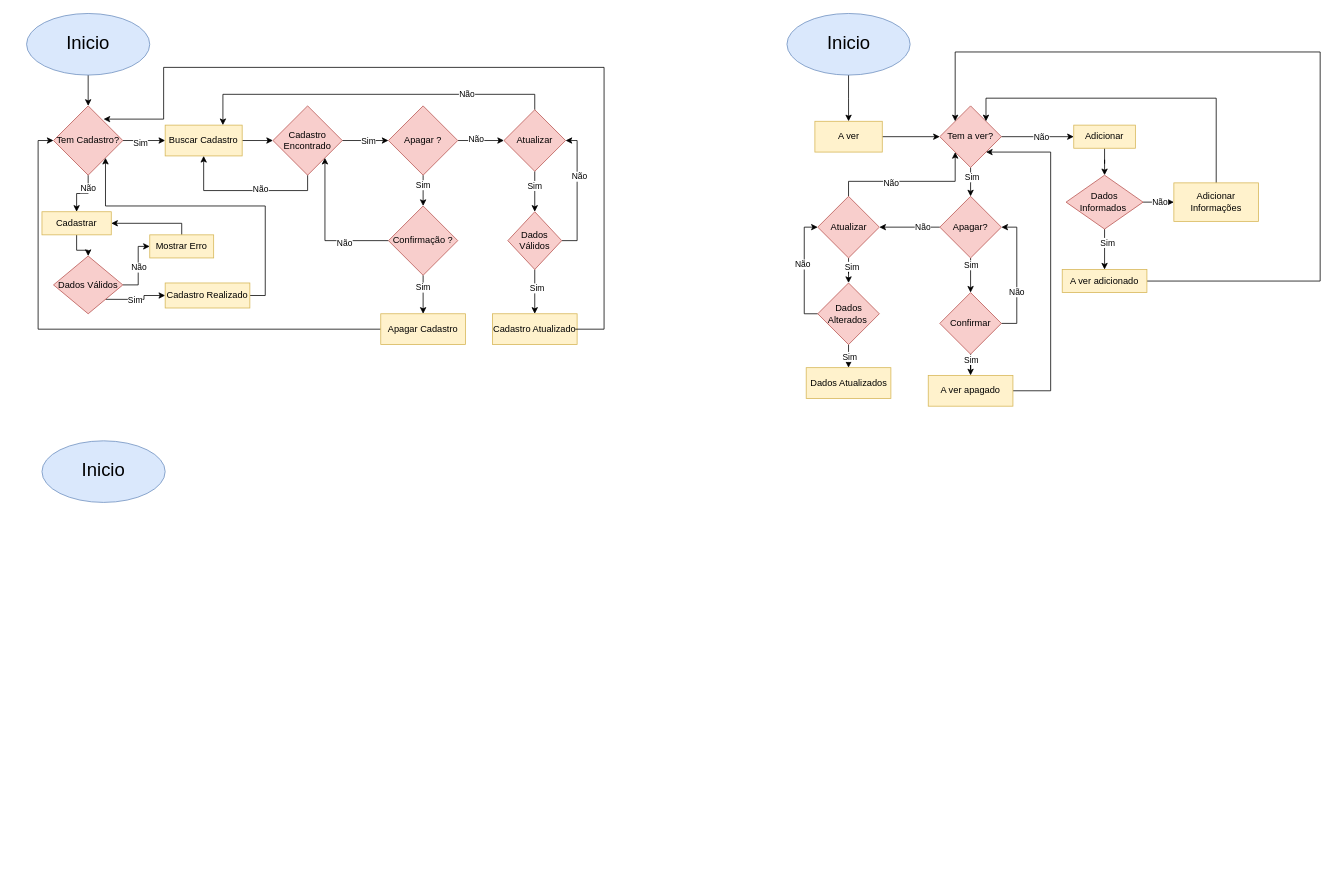
LuizMiguelRocha/Equipe5 keeps this draw.io diagram as Doc/Fluxograma.Drawio. Above is the earlier version. Source tidied: cells renumbered, new cells numbered last; positions are measured from the earlier drawing's top-left corner, leaving out a move shared by most shapes. Both pictures are drawn from the tidied source at 77%, with x=0, y=0 at pixel (26, 13).
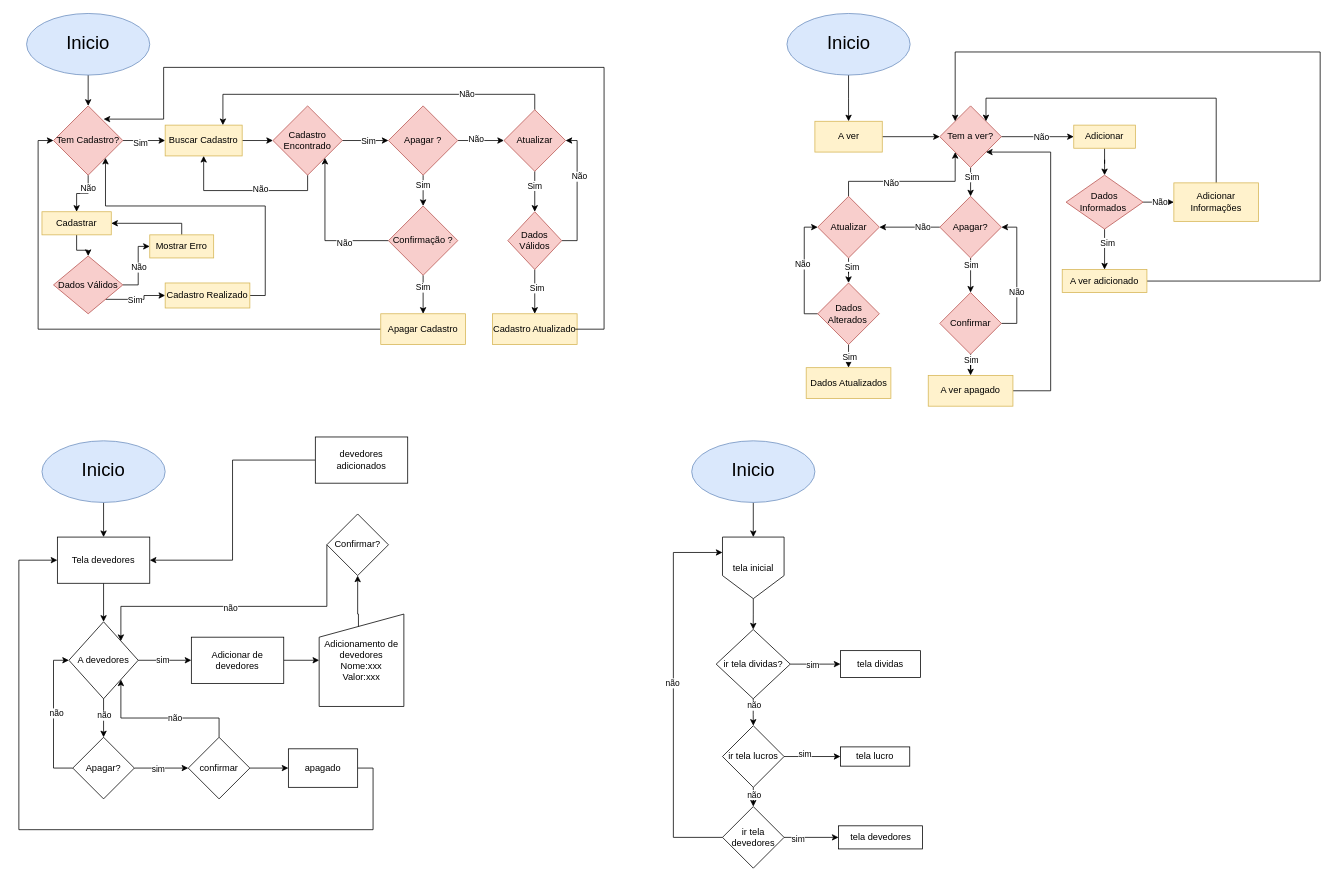
The same page after the edit.

Unchanged cells that the change refers to:
```xml
<mxCell id="97" value="&lt;p style=&quot;line-height: 120%;&quot;&gt;&lt;font style=&quot;font-size: 24px;&quot;&gt;Inicio&lt;/font&gt;&lt;/p&gt;" style="ellipse;whiteSpace=wrap;html=1;fillColor=#dae8fc;strokeColor=#6c8ebf;" parent="1" vertex="1">
  <mxGeometry x="20" y="555" width="160" height="80" as="geometry" />
</mxCell>
```

Diff of the diagram source:
```diff
@@
+    <mxCell id="98" style="edgeStyle=orthogonalEdgeStyle;rounded=0;jettySize=auto;html=1;exitX=0.5;exitY=1;exitDx=0;exitDy=0;entryX=0.5;entryY=0;entryDx=0;entryDy=0;" parent="1" edge="1" source="97" target="100">
+      <mxGeometry relative="1" as="geometry" />
+    </mxCell>
@@
+    <mxCell id="99" style="edgeStyle=orthogonalEdgeStyle;rounded=0;jettySize=auto;html=1;exitX=0.5;exitY=1;exitDx=0;exitDy=0;entryX=0.5;entryY=0;entryDx=0;entryDy=0;" parent="1" edge="1" source="100" target="105">
+      <mxGeometry relative="1" as="geometry" />
+    </mxCell>
+    <mxCell id="100" value="Tela devedores" style="rounded=0;whiteSpace=wrap;html=1;" parent="1" vertex="1">
+      <mxGeometry x="40" y="680" width="120" height="60" as="geometry" />
+    </mxCell>
+    <mxCell id="101" style="edgeStyle=orthogonalEdgeStyle;rounded=0;jettySize=auto;html=1;exitX=0.5;exitY=1;exitDx=0;exitDy=0;entryX=0.5;entryY=0;entryDx=0;entryDy=0;" parent="1" edge="1" source="105" target="110">
+      <mxGeometry relative="1" as="geometry" />
+    </mxCell>
+    <mxCell id="102" value="não" style="edgeLabel;html=1;align=center;verticalAlign=middle;" parent="101" vertex="1">
+      <mxGeometry x="-0.16" relative="1" as="geometry" />
+    </mxCell>
+    <mxCell id="103" style="edgeStyle=orthogonalEdgeStyle;rounded=0;jettySize=auto;html=1;exitX=1;exitY=0.5;exitDx=0;exitDy=0;entryX=0;entryY=0.5;entryDx=0;entryDy=0;" parent="1" edge="1" source="105" target="112">
+      <mxGeometry relative="1" as="geometry" />
+    </mxCell>
+    <mxCell id="104" value="sim" style="edgeLabel;html=1;align=center;verticalAlign=middle;" parent="103" vertex="1">
+      <mxGeometry x="-0.1" y="1" relative="1" as="geometry" />
+    </mxCell>
+    <mxCell id="105" value="A devedores" style="rhombus;whiteSpace=wrap;html=1;" parent="1" vertex="1">
+      <mxGeometry x="55" y="790" width="90" height="100" as="geometry" />
+    </mxCell>
+    <mxCell id="106" style="edgeStyle=orthogonalEdgeStyle;rounded=0;jettySize=auto;html=1;exitX=0;exitY=0.5;exitDx=0;exitDy=0;entryX=0;entryY=0.5;entryDx=0;entryDy=0;" parent="1" edge="1" source="110" target="105">
+      <mxGeometry relative="1" as="geometry" />
+    </mxCell>
+    <mxCell id="107" value="não" style="edgeLabel;html=1;align=center;verticalAlign=middle;" parent="106" vertex="1">
+      <mxGeometry x="0.05" y="-3" relative="1" as="geometry" />
+    </mxCell>
+    <mxCell id="108" style="edgeStyle=orthogonalEdgeStyle;rounded=0;jettySize=auto;html=1;exitX=1;exitY=0.5;exitDx=0;exitDy=0;entryX=0;entryY=0.5;entryDx=0;entryDy=0;" parent="1" edge="1" source="110" target="116">
+      <mxGeometry relative="1" as="geometry" />
+    </mxCell>
+    <mxCell id="109" value="sim" style="edgeLabel;html=1;align=center;verticalAlign=middle;" parent="108" vertex="1">
+      <mxGeometry x="-0.14" y="-1" relative="1" as="geometry" />
+    </mxCell>
+    <mxCell id="110" value="Apagar?" style="rhombus;whiteSpace=wrap;html=1;" parent="1" vertex="1">
+      <mxGeometry x="60" y="940" width="80" height="80" as="geometry" />
+    </mxCell>
+    <mxCell id="111" style="edgeStyle=orthogonalEdgeStyle;rounded=0;jettySize=auto;html=1;exitX=1;exitY=0.5;exitDx=0;exitDy=0;entryX=0;entryY=0.5;entryDx=0;entryDy=0;" parent="1" edge="1" source="112" target="120">
+      <mxGeometry relative="1" as="geometry" />
+    </mxCell>
+    <mxCell id="112" value="Adicionar de devedores" style="rounded=0;whiteSpace=wrap;html=1;" parent="1" vertex="1">
+      <mxGeometry x="214" y="810" width="120" height="60" as="geometry" />
+    </mxCell>
+    <mxCell id="113" style="edgeStyle=orthogonalEdgeStyle;rounded=0;jettySize=auto;html=1;exitX=0.5;exitY=0;exitDx=0;exitDy=0;entryX=1;entryY=1;entryDx=0;entryDy=0;" parent="1" edge="1" source="116" target="105">
+      <mxGeometry relative="1" as="geometry" />
+    </mxCell>
+    <mxCell id="114" value="não" style="edgeLabel;html=1;align=center;verticalAlign=middle;" parent="113" vertex="1">
+      <mxGeometry x="-0.18" relative="1" as="geometry" />
+    </mxCell>
+    <mxCell id="115" style="edgeStyle=orthogonalEdgeStyle;rounded=0;jettySize=auto;html=1;exitX=1;exitY=0.5;exitDx=0;exitDy=0;entryX=0;entryY=0.5;entryDx=0;entryDy=0;" parent="1" edge="1" source="116" target="118">
+      <mxGeometry relative="1" as="geometry" />
+    </mxCell>
+    <mxCell id="116" value="confirmar" style="rhombus;whiteSpace=wrap;html=1;" parent="1" vertex="1">
+      <mxGeometry x="210" y="940" width="80" height="80" as="geometry" />
+    </mxCell>
+    <mxCell id="117" style="edgeStyle=orthogonalEdgeStyle;rounded=0;jettySize=auto;html=1;entryX=0;entryY=0.5;entryDx=0;entryDy=0;" parent="1" edge="1" source="118" target="100">
+      <mxGeometry relative="1" as="geometry">
+        <Array as="points">
+          <mxPoint x="450" y="980" />
+          <mxPoint x="450" y="1060" />
+          <mxPoint x="-10" y="1060" />
+          <mxPoint x="-10" y="710" />
+        </Array>
+      </mxGeometry>
+    </mxCell>
+    <mxCell id="118" value="apagado" style="rounded=0;whiteSpace=wrap;html=1;" parent="1" vertex="1">
+      <mxGeometry x="340" y="955" width="90" height="50" as="geometry" />
+    </mxCell>
+    <mxCell id="119" style="edgeStyle=orthogonalEdgeStyle;rounded=0;jettySize=auto;html=1;exitX=0.464;exitY=0.142;exitDx=0;exitDy=0;entryX=0.5;entryY=1;entryDx=0;entryDy=0;exitPerimeter=0;" parent="1" edge="1" source="120" target="123">
+      <mxGeometry relative="1" as="geometry">
+        <Array as="points">
+          <mxPoint x="431" y="780" />
+          <mxPoint x="430" y="780" />
+        </Array>
+      </mxGeometry>
+    </mxCell>
+    <mxCell id="120" value="Adicionamento de devedores&lt;div&gt;Nome:xxx&lt;/div&gt;&lt;div&gt;Valor:xxx&lt;/div&gt;" style="shape=manualInput;whiteSpace=wrap;html=1;" parent="1" vertex="1">
+      <mxGeometry x="380" y="780" width="110" height="120" as="geometry" />
+    </mxCell>
+    <mxCell id="121" style="edgeStyle=orthogonalEdgeStyle;rounded=0;jettySize=auto;html=1;exitX=0;exitY=0.5;exitDx=0;exitDy=0;entryX=1;entryY=0;entryDx=0;entryDy=0;" parent="1" edge="1" source="123" target="105">
+      <mxGeometry relative="1" as="geometry">
+        <Array as="points">
+          <mxPoint x="390" y="770" />
+          <mxPoint x="123" y="770" />
+        </Array>
+      </mxGeometry>
+    </mxCell>
+    <mxCell id="122" value="não" style="edgeLabel;html=1;align=center;verticalAlign=middle;" parent="121" vertex="1">
+      <mxGeometry x="0.05" y="2" relative="1" as="geometry" />
+    </mxCell>
+    <mxCell id="123" value="Confirmar?" style="rhombus;whiteSpace=wrap;html=1;" parent="1" vertex="1">
+      <mxGeometry x="390" y="650" width="80" height="80" as="geometry" />
+    </mxCell>
+    <mxCell id="124" style="edgeStyle=orthogonalEdgeStyle;rounded=0;jettySize=auto;html=1;exitX=0;exitY=0.5;exitDx=0;exitDy=0;entryX=1;entryY=0.5;entryDx=0;entryDy=0;" parent="1" edge="1" source="125" target="100">
+      <mxGeometry relative="1" as="geometry" />
+    </mxCell>
+    <mxCell id="125" value="devedores adicionados" style="rounded=0;whiteSpace=wrap;html=1;" parent="1" vertex="1">
+      <mxGeometry x="375" y="550" width="120" height="60" as="geometry" />
+    </mxCell>
+    <mxCell id="126" style="edgeStyle=orthogonalEdgeStyle;rounded=0;jettySize=auto;html=1;" parent="1" edge="1" source="127" target="129">
+      <mxGeometry relative="1" as="geometry" />
+    </mxCell>
+    <mxCell id="127" value="&lt;p style=&quot;line-height: 120%;&quot;&gt;&lt;font style=&quot;font-size: 24px;&quot;&gt;Inicio&lt;/font&gt;&lt;/p&gt;" style="ellipse;whiteSpace=wrap;html=1;fillColor=#dae8fc;strokeColor=#6c8ebf;" parent="1" vertex="1">
+      <mxGeometry x="863.8" y="555" width="160" height="80" as="geometry" />
+    </mxCell>
+    <mxCell id="128" style="edgeStyle=orthogonalEdgeStyle;rounded=0;jettySize=auto;html=1;" parent="1" edge="1" source="129" target="134">
+      <mxGeometry relative="1" as="geometry" />
+    </mxCell>
+    <mxCell id="129" value="tela inicial" style="shape=offPageConnector;whiteSpace=wrap;html=1;" parent="1" vertex="1">
+      <mxGeometry x="903.8" y="680" width="80" height="80" as="geometry" />
+    </mxCell>
+    <mxCell id="130" style="edgeStyle=orthogonalEdgeStyle;rounded=0;jettySize=auto;html=1;" parent="1" edge="1" source="134" target="144">
+      <mxGeometry relative="1" as="geometry" />
+    </mxCell>
+    <mxCell id="131" value="não" style="edgeLabel;html=1;align=center;verticalAlign=middle;" parent="130" vertex="1">
+      <mxGeometry x="-0.54" y="1" relative="1" as="geometry" />
+    </mxCell>
+    <mxCell id="132" style="edgeStyle=orthogonalEdgeStyle;rounded=0;jettySize=auto;html=1;" parent="1" edge="1" source="134" target="145">
+      <mxGeometry relative="1" as="geometry" />
+    </mxCell>
+    <mxCell id="133" value="sim" style="edgeLabel;html=1;align=center;verticalAlign=middle;" parent="132" vertex="1">
+      <mxGeometry x="-0.11" y="-1" relative="1" as="geometry" />
+    </mxCell>
+    <mxCell id="134" value="ir tela dividas?" style="rhombus;whiteSpace=wrap;html=1;" parent="1" vertex="1">
+      <mxGeometry x="895.6" y="800" width="96.2" height="90" as="geometry" />
+    </mxCell>
+    <mxCell id="135" style="edgeStyle=orthogonalEdgeStyle;rounded=0;jettySize=auto;html=1;exitX=0;exitY=0.5;exitDx=0;exitDy=0;entryX=0;entryY=0.25;entryDx=0;entryDy=0;" parent="1" edge="1" source="139" target="129">
+      <mxGeometry relative="1" as="geometry">
+        <Array as="points">
+          <mxPoint x="840" y="1070" />
+          <mxPoint x="840" y="700" />
+        </Array>
+      </mxGeometry>
+    </mxCell>
+    <mxCell id="136" value="não" style="edgeLabel;html=1;align=center;verticalAlign=middle;" parent="135" vertex="1">
+      <mxGeometry x="0.06" y="2" relative="1" as="geometry" />
+    </mxCell>
+    <mxCell id="137" style="edgeStyle=orthogonalEdgeStyle;rounded=0;jettySize=auto;html=1;" parent="1" edge="1" source="139" target="147">
+      <mxGeometry relative="1" as="geometry" />
+    </mxCell>
+    <mxCell id="138" value="sim" style="edgeLabel;html=1;align=center;verticalAlign=middle;" parent="137" vertex="1">
+      <mxGeometry x="-0.48" y="-1" relative="1" as="geometry" />
+    </mxCell>
+    <mxCell id="139" value="ir tela devedores" style="rhombus;whiteSpace=wrap;html=1;" parent="1" vertex="1">
+      <mxGeometry x="903.8" y="1030" width="80" height="80" as="geometry" />
+    </mxCell>
+    <mxCell id="140" style="edgeStyle=orthogonalEdgeStyle;rounded=0;jettySize=auto;html=1;" parent="1" edge="1" source="144" target="139">
+      <mxGeometry relative="1" as="geometry" />
+    </mxCell>
+    <mxCell id="141" value="não" style="edgeLabel;html=1;align=center;verticalAlign=middle;" parent="140" vertex="1">
+      <mxGeometry x="0.42" y="1" relative="1" as="geometry" />
+    </mxCell>
+    <mxCell id="142" style="edgeStyle=orthogonalEdgeStyle;rounded=0;jettySize=auto;html=1;" parent="1" edge="1" source="144" target="146">
+      <mxGeometry relative="1" as="geometry" />
+    </mxCell>
+    <mxCell id="143" value="sim" style="edgeLabel;html=1;align=center;verticalAlign=middle;" parent="142" vertex="1">
+      <mxGeometry x="-0.26" y="4" relative="1" as="geometry" />
+    </mxCell>
+    <mxCell id="144" value="ir tela lucros" style="rhombus;whiteSpace=wrap;html=1;" parent="1" vertex="1">
+      <mxGeometry x="903.8" y="925" width="80" height="80" as="geometry" />
+    </mxCell>
+    <mxCell id="145" value="tela dividas" style="rounded=0;whiteSpace=wrap;html=1;" parent="1" vertex="1">
+      <mxGeometry x="1057" y="827.5" width="104" height="35" as="geometry" />
+    </mxCell>
+    <mxCell id="146" value="tela lucro" style="rounded=0;whiteSpace=wrap;html=1;" parent="1" vertex="1">
+      <mxGeometry x="1057" y="952.5" width="90" height="25" as="geometry" />
+    </mxCell>
+    <mxCell id="147" value="tela devedores" style="rounded=0;whiteSpace=wrap;html=1;" parent="1" vertex="1">
+      <mxGeometry x="1054.5" y="1055" width="109" height="30" as="geometry" />
+    </mxCell>
```
